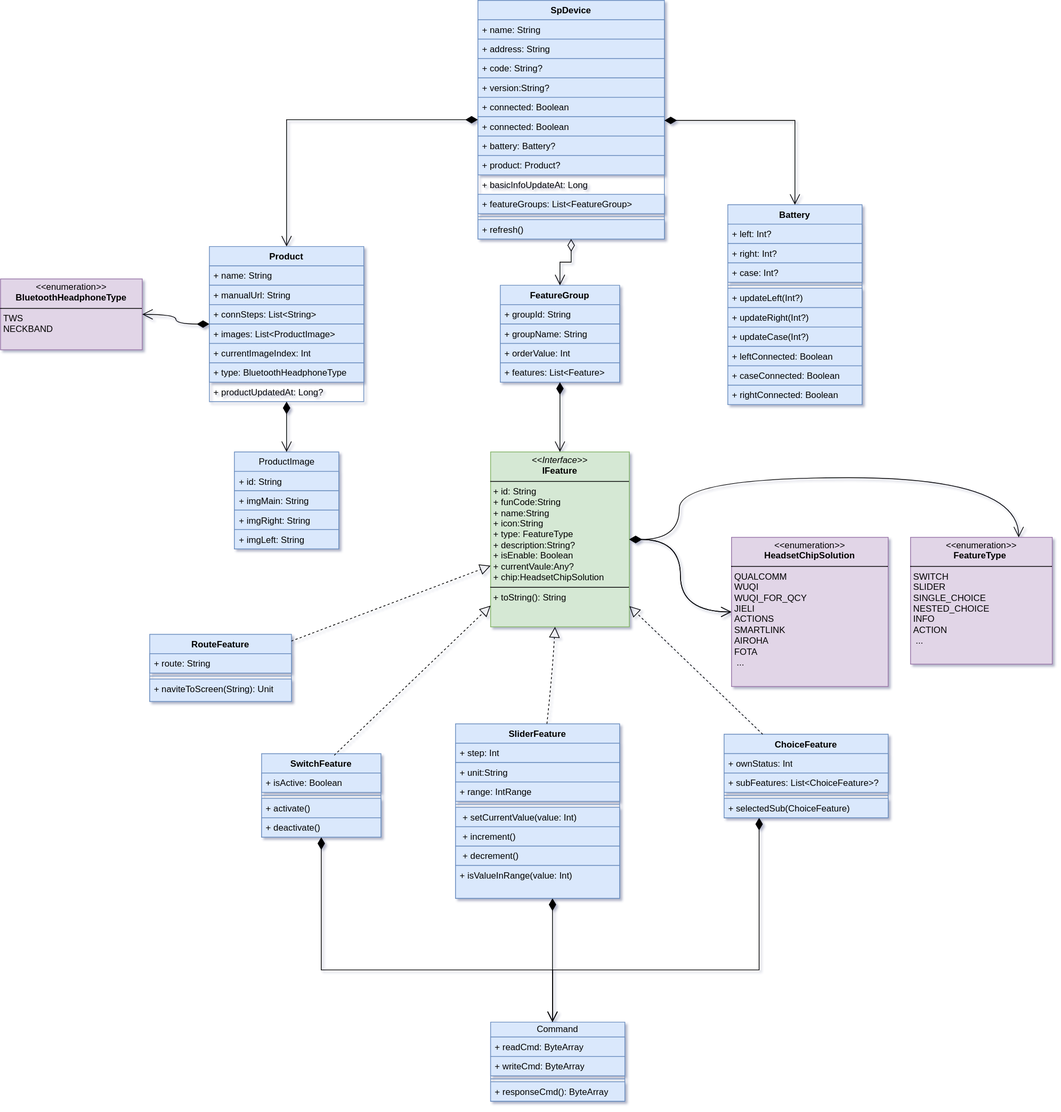
The draw.io diagram sp-device.drawio.svg in kekemao00/draw-libs, before a commit. Source tidied: cells renumbered, new cells last; positions are measured from the earlier drawing's top-left corner, leaving out a move shared by most shapes.
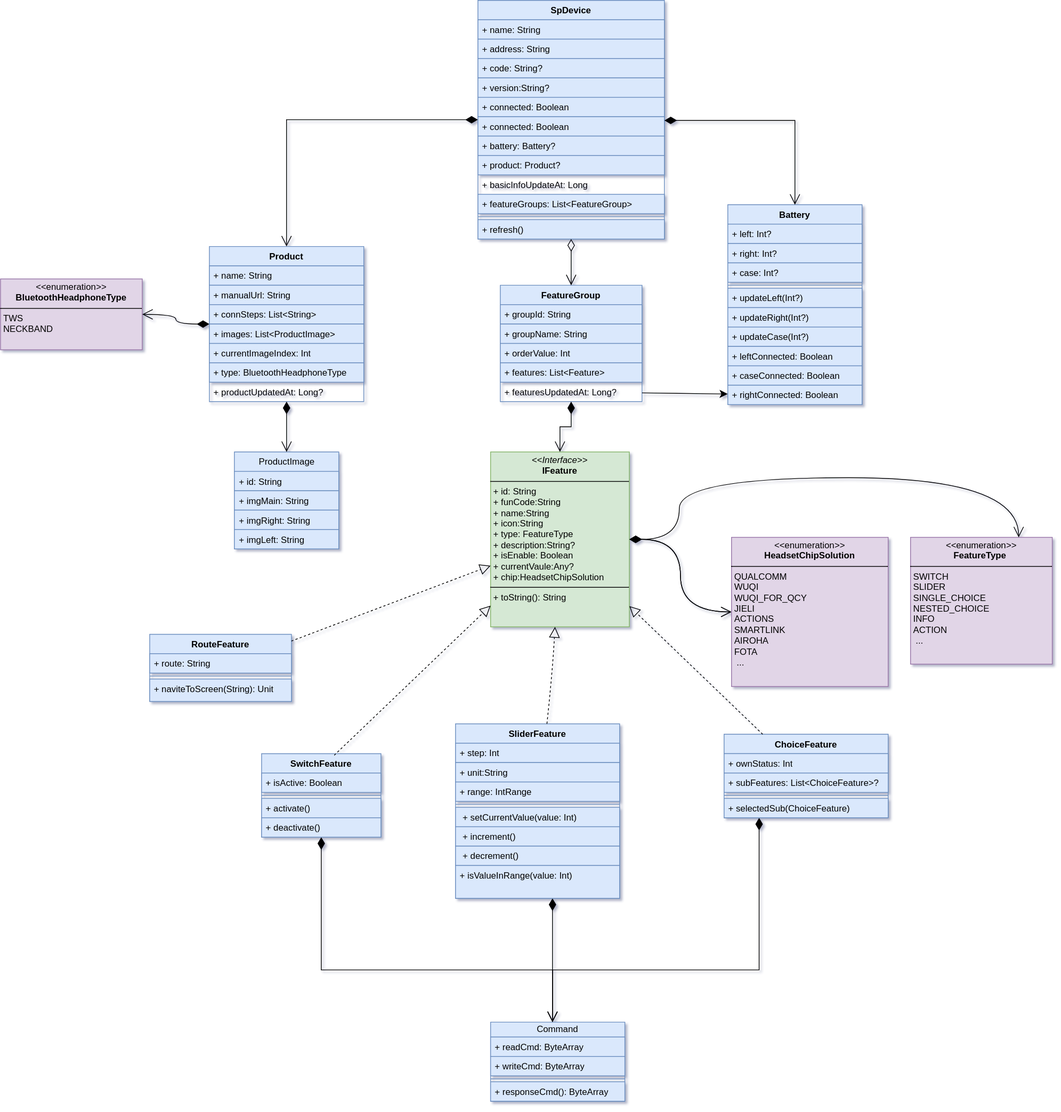
The same file after the commit.

The edit, as a diff of the source:
```diff
@@ -114,20 +114,23 @@
       <mxGeometry y="104" width="140" height="26" as="geometry" />
     </mxCell>
     <mxCell id="39" value="FeatureGroup" style="swimlane;fontStyle=1;align=center;verticalAlign=top;horizontal=1;startSize=26;whiteSpace=wrap;html=1;fillColor=#dae8fc;strokeColor=#6c8ebf;" parent="1" vertex="1">
-      <mxGeometry x="670" y="382" width="160" height="130" as="geometry" />
+      <mxGeometry x="670" y="382" width="190" height="156" as="geometry" />
     </mxCell>
     <mxCell id="40" value="+ groupId: String" style="text;strokeColor=#6c8ebf;fillColor=#dae8fc;align=left;verticalAlign=top;spacingLeft=4;spacingRight=4;overflow=hidden;whiteSpace=wrap;html=1;" parent="39" vertex="1">
-      <mxGeometry y="26" width="160" height="26" as="geometry" />
+      <mxGeometry y="26" width="190" height="26" as="geometry" />
     </mxCell>
     <mxCell id="41" value="+ groupName: String" style="text;strokeColor=#6c8ebf;fillColor=#dae8fc;align=left;verticalAlign=top;spacingLeft=4;spacingRight=4;overflow=hidden;whiteSpace=wrap;html=1;" parent="39" vertex="1">
-      <mxGeometry y="52" width="160" height="26" as="geometry" />
+      <mxGeometry y="52" width="190" height="26" as="geometry" />
     </mxCell>
     <mxCell id="42" value="+ orderValue: Int" style="text;strokeColor=#6c8ebf;fillColor=#dae8fc;align=left;verticalAlign=top;spacingLeft=4;spacingRight=4;overflow=hidden;whiteSpace=wrap;html=1;" parent="39" vertex="1">
-      <mxGeometry y="78" width="160" height="26" as="geometry" />
+      <mxGeometry y="78" width="190" height="26" as="geometry" />
     </mxCell>
     <mxCell id="43" value="+ features: List&amp;lt;Feature&amp;gt;" style="text;strokeColor=#6c8ebf;fillColor=#dae8fc;align=left;verticalAlign=top;spacingLeft=4;spacingRight=4;overflow=hidden;whiteSpace=wrap;html=1;" parent="39" vertex="1">
-      <mxGeometry y="104" width="160" height="26" as="geometry" />
+      <mxGeometry y="104" width="190" height="26" as="geometry" />
     </mxCell>
+    <mxCell id="92" value="+ featuresUpdatedAt: Long?" style="text;strokeColor=none;fillColor=none;align=left;verticalAlign=top;spacingLeft=4;spacingRight=4;overflow=hidden;points=[[0,0.5],[1,0.5]];portConstraint=eastwest;whiteSpace=wrap;html=1;" parent="39" vertex="1">
+      <mxGeometry y="130" width="190" height="26" as="geometry" />
+    </mxCell>
     <mxCell id="44" value="Command" style="swimlane;fontStyle=0;horizontal=1;startSize=20;fillColor=#dae8fc;whiteSpace=wrap;html=1;strokeColor=#6c8ebf;" parent="1" vertex="1">
       <mxGeometry x="657" y="1370" width="180" height="106" as="geometry" />
     </mxCell>
@@ -302,5 +305,8 @@
     <mxCell id="91" value="&lt;p style=&quot;margin:0px;margin-top:4px;text-align:center;&quot;&gt;&lt;i&gt;&amp;lt;&amp;lt;&lt;/i&gt;enumeration&lt;i&gt;&amp;gt;&amp;gt;&lt;/i&gt;&lt;br&gt;&lt;b&gt;HeadsetChipSolution&lt;/b&gt;&lt;/p&gt;&lt;hr size=&quot;1&quot; style=&quot;border-style:solid;&quot;&gt;&lt;p style=&quot;margin:0px;margin-left:4px;&quot;&gt;QUALCOMM&lt;br&gt;WUQI&lt;br&gt;WUQI_FOR_QCY&lt;br&gt;JIELI&lt;br&gt;ACTIONS&lt;br&gt;SMARTLINK&lt;br&gt;AIROHA&lt;br&gt;FOTA&lt;br&gt;&amp;nbsp;...&lt;/p&gt;" style="verticalAlign=top;align=left;overflow=fill;html=1;whiteSpace=wrap;fillColor=#e1d5e7;strokeColor=#9673a6;" parent="1" vertex="1">
       <mxGeometry x="980" y="720" width="210" height="200" as="geometry" />
     </mxCell>
+    <mxCell id="93" style="edgeStyle=none;curved=1;rounded=0;jettySize=auto;html=1;fontSize=12;startSize=8;endSize=8;" parent="1" edge="1" source="92" target="25">
+      <mxGeometry relative="1" as="geometry" />
+    </mxCell>
   </root>
 </mxGraphModel>
```
